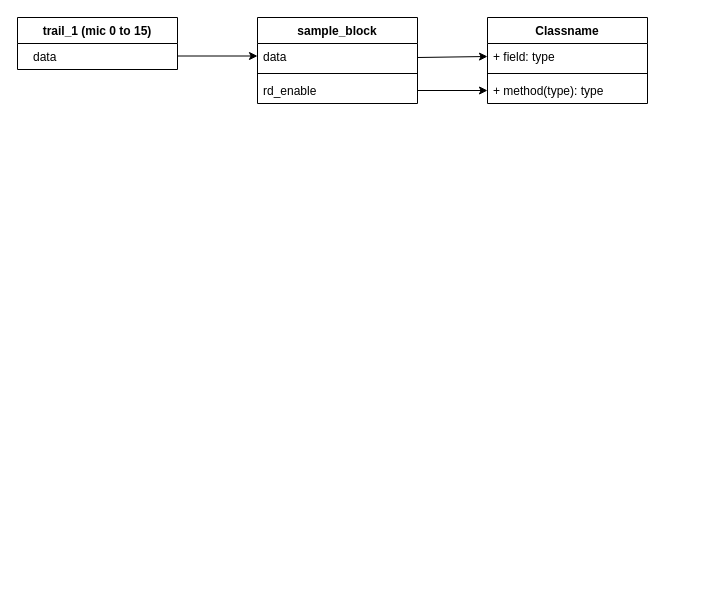
acoustic-warfare/FPGA-sampling keeps this draw.io diagram as Untitled Diagram.drawio. Above is the earlier version. Source tidied: cells renumbered, new cells numbered last; positions are measured from the earlier drawing's top-left corner, leaving out a move shared by most shapes. Both pictures are drawn from the tidied source at 100%, with x=0, y=0 at pixel (17, 17).
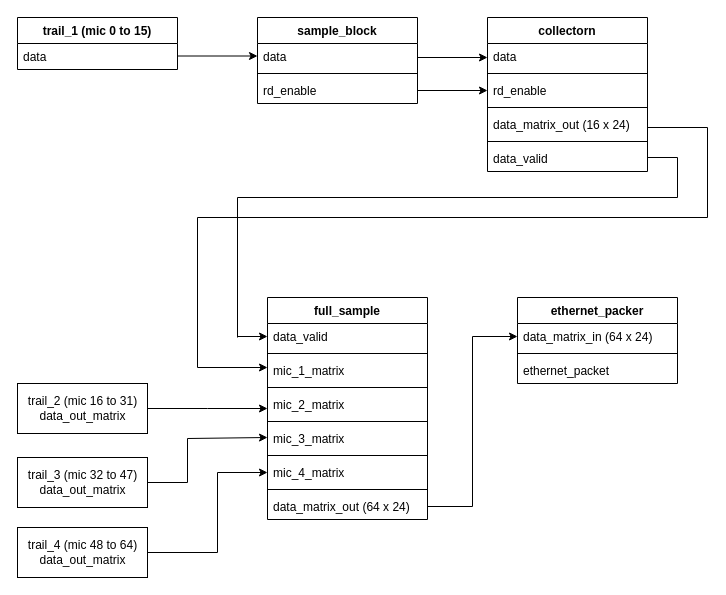
The same diagram, later.

The change refers to these unchanged cells:
```xml
<mxCell id="7" value="trail_1 (mic 0 to 15) " style="swimlane;fontStyle=1;align=center;verticalAlign=top;horizontal=1;startSize=26;" parent="1" vertex="1">
  <mxGeometry width="160" height="52" as="geometry" />
</mxCell>
```

The edit, as a diff of the source:
```diff
@@
-    <mxCell id="8" value="data&#10;" style="text;strokeColor=none;fillColor=none;align=left;verticalAlign=top;spacingLeft=4;spacingRight=4;overflow=hidden;" parent="1" vertex="1">
-      <mxGeometry x="10" y="26" width="160" height="26" as="geometry" />
+    <mxCell id="8" value="data&#10;" style="text;strokeColor=none;fillColor=none;align=left;verticalAlign=top;spacingLeft=4;spacingRight=4;overflow=hidden;" parent="7" vertex="1">
+      <mxGeometry y="26" width="160" height="26" as="geometry" />
     </mxCell>
-    <mxCell id="9" value="Classname" style="swimlane;fontStyle=1;align=center;verticalAlign=top;horizontal=1;startSize=26;" parent="1" vertex="1">
-      <mxGeometry x="470" width="160" height="86" as="geometry" />
+    <mxCell id="9" value="collectorn" style="swimlane;fontStyle=1;align=center;verticalAlign=top;horizontal=1;startSize=26;" parent="1" vertex="1">
+      <mxGeometry x="470" width="160" height="154" as="geometry" />
     </mxCell>
-    <mxCell id="10" value="+ field: type" style="text;strokeColor=none;fillColor=none;align=left;verticalAlign=top;spacingLeft=4;spacingRight=4;overflow=hidden;points=[[0,0.5],[1,0.5]];portConstraint=eastwest;" parent="9" vertex="1">
+    <mxCell id="10" value="data" style="text;strokeColor=none;fillColor=none;align=left;verticalAlign=top;spacingLeft=4;spacingRight=4;overflow=hidden;points=[[0,0.5],[1,0.5]];portConstraint=eastwest;" parent="9" vertex="1">
       <mxGeometry y="26" width="160" height="26" as="geometry" />
     </mxCell>
@@
-    <mxCell id="12" value="+ method(type): type" style="text;strokeColor=none;fillColor=none;align=left;verticalAlign=top;spacingLeft=4;spacingRight=4;overflow=hidden;points=[[0,0.5],[1,0.5]];portConstraint=eastwest;" parent="9" vertex="1">
+    <mxCell id="12" value="rd_enable" style="text;strokeColor=none;fillColor=none;align=left;verticalAlign=top;spacingLeft=4;spacingRight=4;overflow=hidden;points=[[0,0.5],[1,0.5]];portConstraint=eastwest;" parent="9" vertex="1">
       <mxGeometry y="60" width="160" height="26" as="geometry" />
     </mxCell>
+    <mxCell id="15" style="line;strokeWidth=1;fillColor=none;align=left;verticalAlign=middle;spacingTop=-1;spacingLeft=3;spacingRight=3;labelPosition=right;" parent="9" vertex="1">
+      <mxGeometry y="86" width="160" height="8" as="geometry" />
+    </mxCell>
+    <mxCell id="16" value="data_matrix_out (16 x 24)" style="text;strokeColor=none;fillColor=none;align=left;verticalAlign=top;spacingLeft=4;spacingRight=4;overflow=hidden;" parent="9" vertex="1">
+      <mxGeometry y="94" width="160" height="26" as="geometry" />
+    </mxCell>
+    <mxCell id="17" style="line;strokeWidth=1;fillColor=none;align=left;verticalAlign=middle;spacingTop=-1;spacingLeft=3;spacingRight=3;labelPosition=right;" parent="9" vertex="1">
+      <mxGeometry y="120" width="160" height="8" as="geometry" />
+    </mxCell>
+    <mxCell id="18" value="data_valid" style="text;strokeColor=none;fillColor=none;align=left;verticalAlign=top;spacingLeft=4;spacingRight=4;overflow=hidden;" parent="9" vertex="1">
+      <mxGeometry y="128" width="160" height="26" as="geometry" />
+    </mxCell>
-    <mxCell id="13" style="endArrow=classic;html=1;rounded=0;entryX=0;entryY=0.5;entryDx=0;entryDy=0;" parent="1" edge="1" target="10">
+    <mxCell id="13" style="endArrow=classic;html=1;rounded=0;" parent="1" edge="1">
       <mxGeometry relative="1" as="geometry">
         <mxPoint x="400" y="40" as="sourcePoint" />
+        <mxPoint x="470" y="40" as="targetPoint" />
       </mxGeometry>
     </mxCell>
@@
+    <mxCell id="19" value="full_sample" style="swimlane;fontStyle=1;align=center;verticalAlign=top;horizontal=1;startSize=26;" parent="1" vertex="1">
+      <mxGeometry x="250" y="280" width="160" height="222" as="geometry" />
+    </mxCell>
+    <mxCell id="20" value="data_valid" style="text;strokeColor=none;fillColor=none;align=left;verticalAlign=top;spacingLeft=4;spacingRight=4;overflow=hidden;points=[[0,0.5],[1,0.5]];portConstraint=eastwest;" parent="19" vertex="1">
+      <mxGeometry y="26" width="160" height="26" as="geometry" />
+    </mxCell>
+    <mxCell id="21" style="line;strokeWidth=1;fillColor=none;align=left;verticalAlign=middle;spacingTop=-1;spacingLeft=3;spacingRight=3;labelPosition=right;" parent="19" vertex="1">
+      <mxGeometry y="52" width="160" height="8" as="geometry" />
+    </mxCell>
+    <mxCell id="22" value="mic_1_matrix" style="text;strokeColor=none;fillColor=none;align=left;verticalAlign=top;spacingLeft=4;spacingRight=4;overflow=hidden;" parent="19" vertex="1">
+      <mxGeometry y="60" width="160" height="26" as="geometry" />
+    </mxCell>
+    <mxCell id="23" style="line;strokeWidth=1;fillColor=none;align=left;verticalAlign=middle;spacingTop=-1;spacingLeft=3;spacingRight=3;labelPosition=right;" parent="19" vertex="1">
+      <mxGeometry y="86" width="160" height="8" as="geometry" />
+    </mxCell>
+    <mxCell id="24" value="mic_2_matrix" style="text;strokeColor=none;fillColor=none;align=left;verticalAlign=top;spacingLeft=4;spacingRight=4;overflow=hidden;" parent="19" vertex="1">
+      <mxGeometry y="94" width="160" height="26" as="geometry" />
+    </mxCell>
+    <mxCell id="25" style="line;strokeWidth=1;fillColor=none;align=left;verticalAlign=middle;spacingTop=-1;spacingLeft=3;spacingRight=3;labelPosition=right;" parent="19" vertex="1">
+      <mxGeometry y="120" width="160" height="8" as="geometry" />
+    </mxCell>
+    <mxCell id="26" value="mic_3_matrix" style="text;strokeColor=none;fillColor=none;align=left;verticalAlign=top;spacingLeft=4;spacingRight=4;overflow=hidden;" parent="19" vertex="1">
+      <mxGeometry y="128" width="160" height="26" as="geometry" />
+    </mxCell>
+    <mxCell id="27" style="line;strokeWidth=1;fillColor=none;align=left;verticalAlign=middle;spacingTop=-1;spacingLeft=3;spacingRight=3;labelPosition=right;" parent="19" vertex="1">
+      <mxGeometry y="154" width="160" height="8" as="geometry" />
+    </mxCell>
+    <mxCell id="28" value="mic_4_matrix" style="text;strokeColor=none;fillColor=none;align=left;verticalAlign=top;spacingLeft=4;spacingRight=4;overflow=hidden;points=[[0,0.5],[1,0.5]];portConstraint=eastwest;" parent="19" vertex="1">
+      <mxGeometry y="162" width="160" height="26" as="geometry" />
+    </mxCell>
+    <mxCell id="29" style="line;strokeWidth=1;fillColor=none;align=left;verticalAlign=middle;spacingTop=-1;spacingLeft=3;spacingRight=3;labelPosition=right;" parent="19" vertex="1">
+      <mxGeometry y="188" width="160" height="8" as="geometry" />
+    </mxCell>
+    <mxCell id="30" value="data_matrix_out (64 x 24)" style="text;strokeColor=none;fillColor=none;align=left;verticalAlign=top;spacingLeft=4;spacingRight=4;overflow=hidden;points=[[0,0.5],[1,0.5]];portConstraint=eastwest;" parent="19" vertex="1">
+      <mxGeometry y="196" width="160" height="26" as="geometry" />
+    </mxCell>
+    <mxCell id="31" style="endArrow=none;html=1;rounded=0;" parent="1" edge="1">
+      <mxGeometry relative="1" as="geometry">
+        <mxPoint x="630" y="110" as="sourcePoint" />
+        <mxPoint x="690" y="110" as="targetPoint" />
+      </mxGeometry>
+    </mxCell>
+    <mxCell id="32" style="endArrow=none;html=1;rounded=0;" parent="1" edge="1">
+      <mxGeometry relative="1" as="geometry">
+        <mxPoint x="690" y="200" as="sourcePoint" />
+        <mxPoint x="690" y="110" as="targetPoint" />
+      </mxGeometry>
+    </mxCell>
+    <mxCell id="33" style="endArrow=none;html=1;rounded=0;" parent="1" edge="1">
+      <mxGeometry relative="1" as="geometry">
+        <mxPoint x="690" y="200" as="sourcePoint" />
+        <mxPoint x="180" y="200" as="targetPoint" />
+      </mxGeometry>
+    </mxCell>
+    <mxCell id="34" style="endArrow=none;html=1;rounded=0;" parent="1" edge="1">
+      <mxGeometry relative="1" as="geometry">
+        <mxPoint x="180" y="350" as="sourcePoint" />
+        <mxPoint x="180" y="200" as="targetPoint" />
+      </mxGeometry>
+    </mxCell>
+    <mxCell id="35" style="endArrow=none;html=1;rounded=0;" parent="1" edge="1">
+      <mxGeometry relative="1" as="geometry">
+        <mxPoint x="660" y="140" as="sourcePoint" />
+        <mxPoint x="630" y="140" as="targetPoint" />
+      </mxGeometry>
+    </mxCell>
+    <mxCell id="36" style="endArrow=none;html=1;rounded=0;" parent="1" edge="1">
+      <mxGeometry relative="1" as="geometry">
+        <mxPoint x="660" y="180" as="sourcePoint" />
+        <mxPoint x="660" y="140" as="targetPoint" />
+      </mxGeometry>
+    </mxCell>
+    <mxCell id="37" style="endArrow=none;html=1;rounded=0;" parent="1" edge="1">
+      <mxGeometry relative="1" as="geometry">
+        <mxPoint x="220" y="180" as="sourcePoint" />
+        <mxPoint x="660" y="180" as="targetPoint" />
+      </mxGeometry>
+    </mxCell>
+    <mxCell id="38" style="endArrow=none;html=1;rounded=0;" parent="1" edge="1">
+      <mxGeometry relative="1" as="geometry">
+        <mxPoint x="220" y="320" as="sourcePoint" />
+        <mxPoint x="220" y="180" as="targetPoint" />
+      </mxGeometry>
+    </mxCell>
+    <mxCell id="39" style="endArrow=classic;html=1;rounded=0;entryX=0;entryY=0.5;entryDx=0;entryDy=0;" parent="1" edge="1" target="20">
+      <mxGeometry relative="1" as="geometry">
+        <mxPoint x="220" y="319" as="sourcePoint" />
+      </mxGeometry>
+    </mxCell>
+    <mxCell id="40" style="endArrow=classic;html=1;rounded=0;" parent="1" edge="1">
+      <mxGeometry relative="1" as="geometry">
+        <mxPoint x="180" y="350" as="sourcePoint" />
+        <mxPoint x="250" y="350" as="targetPoint" />
+      </mxGeometry>
+    </mxCell>
+    <mxCell id="41" style="edgeStyle=orthogonalEdgeStyle;rounded=0;jettySize=auto;html=1;" parent="1" edge="1" source="42">
+      <mxGeometry relative="1" as="geometry">
+        <mxPoint x="250" y="391" as="targetPoint" />
+      </mxGeometry>
+    </mxCell>
+    <mxCell id="42" value="&lt;div&gt;trail_2 (mic 16 to 31)&lt;/div&gt;&lt;div&gt;data_out_matrix&lt;br&gt;&lt;/div&gt;" style="html=1;" parent="1" vertex="1">
+      <mxGeometry y="366" width="130" height="50" as="geometry" />
+    </mxCell>
+    <mxCell id="43" style="edgeStyle=orthogonalEdgeStyle;rounded=0;jettySize=auto;html=1;" parent="1" edge="1" source="44">
+      <mxGeometry relative="1" as="geometry">
+        <mxPoint x="250" y="420" as="targetPoint" />
+        <Array as="points">
+          <mxPoint x="170" y="465" />
+          <mxPoint x="170" y="421" />
+        </Array>
+      </mxGeometry>
+    </mxCell>
+    <mxCell id="44" value="&lt;div&gt;trail_3 (mic 32 to 47)&lt;/div&gt;&lt;div&gt;data_out_matrix&lt;br&gt;&lt;/div&gt;" style="html=1;" parent="1" vertex="1">
+      <mxGeometry y="440" width="130" height="50" as="geometry" />
+    </mxCell>
+    <mxCell id="45" style="edgeStyle=orthogonalEdgeStyle;rounded=0;jettySize=auto;html=1;entryX=0;entryY=0.5;entryDx=0;entryDy=0;" parent="1" edge="1" source="46" target="28">
+      <mxGeometry relative="1" as="geometry">
+        <Array as="points">
+          <mxPoint x="200" y="535" />
+          <mxPoint x="200" y="455" />
+        </Array>
+      </mxGeometry>
+    </mxCell>
+    <mxCell id="46" value="&lt;div&gt;trail_4 (mic 48 to 64)&lt;/div&gt;&lt;div&gt;data_out_matrix&lt;br&gt;&lt;/div&gt;" style="html=1;" parent="1" vertex="1">
+      <mxGeometry y="510" width="130" height="50" as="geometry" />
+    </mxCell>
+    <mxCell id="47" value="ethernet_packer" style="swimlane;fontStyle=1;align=center;verticalAlign=top;horizontal=1;startSize=26;" parent="1" vertex="1">
+      <mxGeometry x="500" y="280" width="160" height="86" as="geometry" />
+    </mxCell>
+    <mxCell id="48" value="data_matrix_in (64 x 24)" style="text;strokeColor=none;fillColor=none;align=left;verticalAlign=top;spacingLeft=4;spacingRight=4;overflow=hidden;points=[[0,0.5],[1,0.5]];portConstraint=eastwest;" parent="47" vertex="1">
+      <mxGeometry y="26" width="160" height="26" as="geometry" />
+    </mxCell>
+    <mxCell id="49" style="line;strokeWidth=1;fillColor=none;align=left;verticalAlign=middle;spacingTop=-1;spacingLeft=3;spacingRight=3;labelPosition=right;" parent="47" vertex="1">
+      <mxGeometry y="52" width="160" height="8" as="geometry" />
+    </mxCell>
+    <mxCell id="50" value="ethernet_packet" style="text;strokeColor=none;fillColor=none;align=left;verticalAlign=top;spacingLeft=4;spacingRight=4;overflow=hidden;" parent="47" vertex="1">
+      <mxGeometry y="60" width="160" height="26" as="geometry" />
+    </mxCell>
+    <mxCell id="51" style="edgeStyle=orthogonalEdgeStyle;rounded=0;jettySize=auto;html=1;entryX=0;entryY=0.5;entryDx=0;entryDy=0;" parent="1" edge="1" source="30" target="48">
+      <mxGeometry relative="1" as="geometry" />
+    </mxCell>
```
